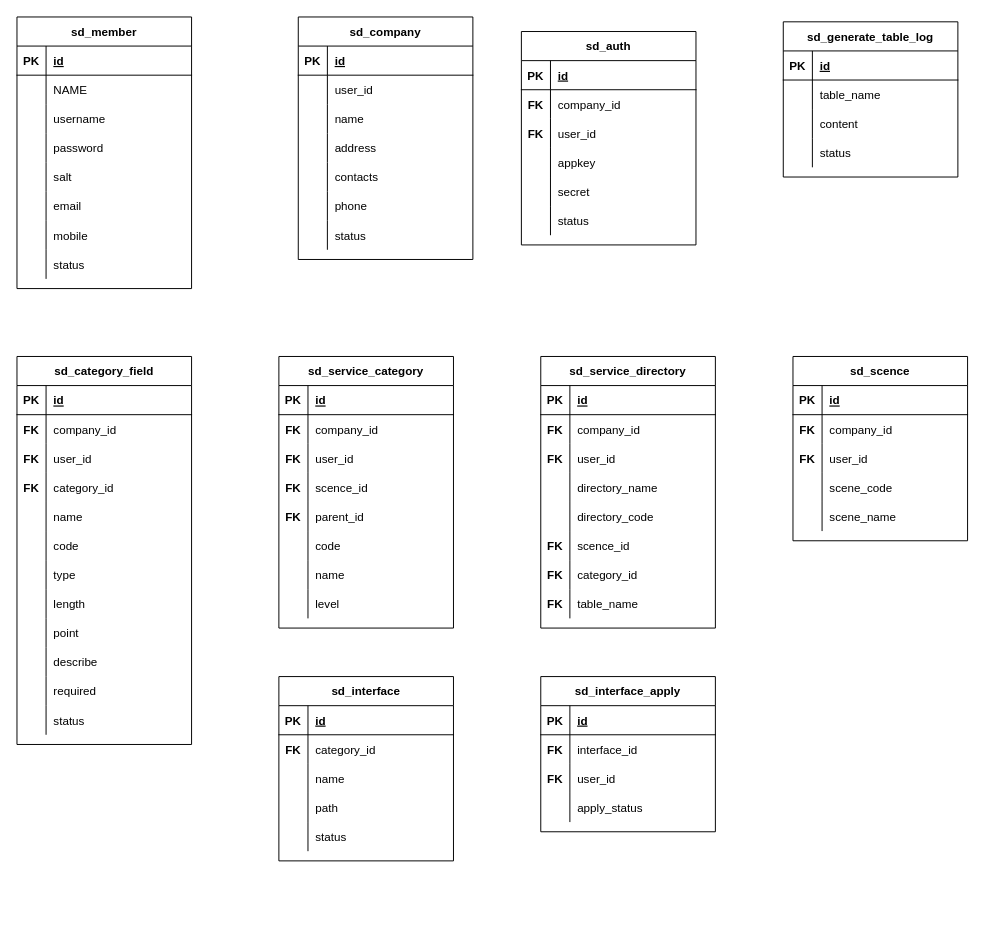
Before: page "D!" (2 of 2) of src/work/wyjz/daqinggu/service_directory.drawio in ab-doc/draw.io, a draw.io diagram. Source tidied: cells renumbered, new cells numbered last; positions are measured from the earlier drawing's top-left corner, leaving out a move shared by most shapes. Both pictures are drawn from the tidied source at 97%, with x=0, y=0 at pixel (16, 16).
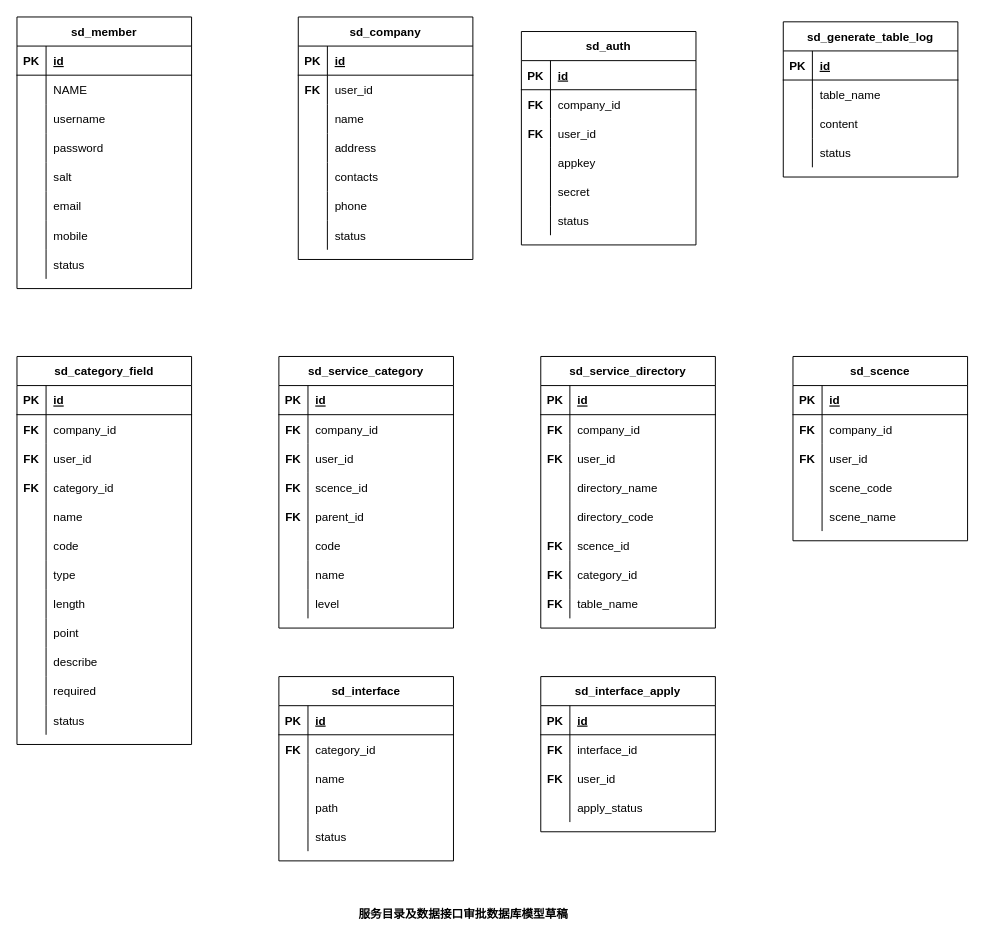
After the change.

Unchanged cells that the change refers to:
```xml
<mxCell id="31" style="shape=tableRow;horizontal=0;startSize=0;swimlaneHead=0;swimlaneBody=0;fillColor=none;top=0;left=0;right=0;bottom=0;" parent="27" vertex="1">
  <mxGeometry y="60" width="180" height="30" as="geometry" />
</mxCell>
```

Change to the diagram source:
```diff
@@
-    <mxCell id="32" style="shape=partialRectangle;fillColor=none;top=0;left=0;bottom=0;right=0;overflow=hidden;" parent="31" vertex="1">
+    <mxCell id="32" value="FK" style="shape=partialRectangle;fillColor=none;top=0;left=0;bottom=0;right=0;overflow=hidden;fontStyle=1;" parent="31" vertex="1">
       <mxGeometry width="30" height="30" as="geometry" />
     </mxCell>
@@
+    <mxCell id="213" value="&lt;b&gt;服务目录及数据接口审批数据库模型草稿&lt;/b&gt;" style="text;html=1;align=center;verticalAlign=middle;strokeColor=none;fillColor=none;" parent="1" vertex="1">
+      <mxGeometry x="340" y="910" width="240" height="30" as="geometry" />
+    </mxCell>
```
